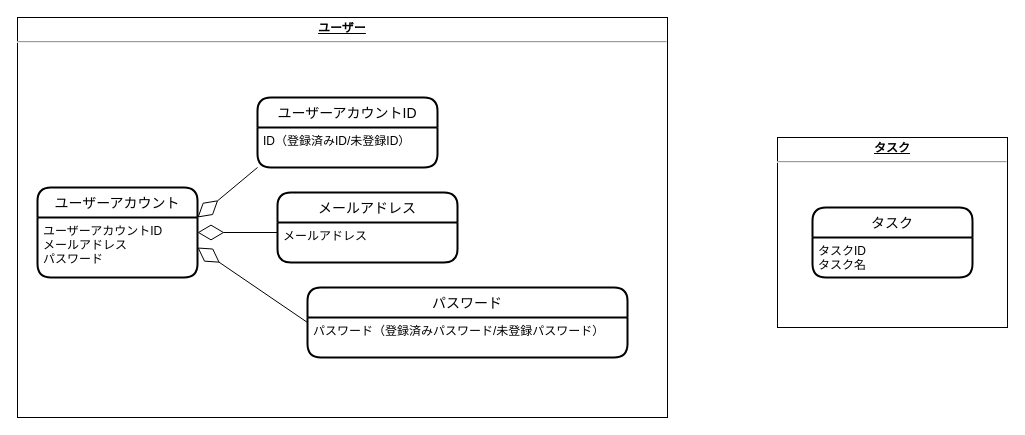
piteroni/todo-with-ktor-vue keeps this draw.io diagram as docs/domain-models.drawio. Above is the earlier version. Source tidied: cells renumbered, new cells numbered last; positions are measured from the earlier drawing's top-left corner, leaving out a move shared by most shapes. Both pictures are drawn from the tidied source at 100%, with x=0, y=0 at pixel (17, 17).
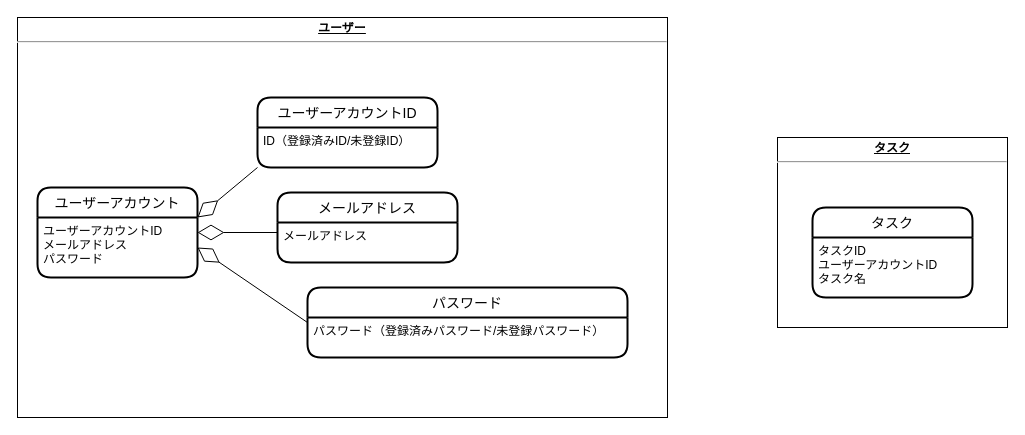
After the change.

Diff of the diagram source:
```diff
@@
 <mxGraphModel>
   <root>
     <mxCell id="0" />
     <mxCell id="1" parent="0" />
     <mxCell id="2" value="&lt;p style=&quot;margin: 0px ; margin-top: 4px ; text-align: center ; text-decoration: underline&quot;&gt;&lt;b&gt;ユーザー&lt;/b&gt;&lt;/p&gt;&lt;hr&gt;&lt;p style=&quot;margin: 0px ; margin-left: 8px&quot;&gt;&lt;br&gt;&lt;/p&gt;" style="verticalAlign=top;align=left;overflow=fill;fontSize=12;fontFamily=Helvetica;html=1;" parent="1" vertex="1">
       <mxGeometry width="650" height="400" as="geometry" />
     </mxCell>
     <mxCell id="3" value="ユーザーアカウント" style="swimlane;horizontal=1;startSize=30;rounded=1;fontSize=14;fontStyle=0;strokeWidth=2;shadow=0;dashed=0;align=center;" parent="1" vertex="1">
       <mxGeometry x="20" y="170" width="160" height="90" as="geometry" />
     </mxCell>
     <mxCell id="4" value="ユーザーアカウントID&#10;メールアドレス&#10;パスワード" style="align=left;strokeColor=none;fillColor=none;spacingLeft=4;fontSize=12;verticalAlign=top;" parent="3" vertex="1">
       <mxGeometry y="30" width="160" height="60" as="geometry" />
     </mxCell>
     <mxCell id="5" value="パスワード" style="swimlane;horizontal=1;startSize=30;rounded=1;fontSize=14;fontStyle=0;strokeWidth=2;shadow=0;dashed=0;align=center;" parent="1" vertex="1">
       <mxGeometry x="290" y="270" width="320" height="70" as="geometry" />
     </mxCell>
     <mxCell id="6" value="パスワード（登録済みパスワード/未登録パスワード）" style="align=left;strokeColor=none;fillColor=none;spacingLeft=4;fontSize=12;verticalAlign=top;" parent="5" vertex="1">
       <mxGeometry y="30" width="320" height="40" as="geometry" />
     </mxCell>
     <mxCell id="7" value="ユーザーアカウントID" style="swimlane;horizontal=1;startSize=30;rounded=1;fontSize=14;fontStyle=0;strokeWidth=2;shadow=0;dashed=0;align=center;" parent="1" vertex="1">
       <mxGeometry x="240" y="80" width="180" height="70" as="geometry" />
     </mxCell>
     <mxCell id="8" value="ID（登録済みID/未登録ID）" style="align=left;strokeColor=none;fillColor=none;spacingLeft=4;fontSize=12;verticalAlign=top;" parent="7" vertex="1">
       <mxGeometry y="30" width="180" height="40" as="geometry" />
     </mxCell>
     <mxCell id="9" style="endArrow=diamondThin;endFill=0;endSize=24;html=1;exitX=0;exitY=1;exitDx=0;exitDy=0;entryX=1;entryY=0;entryDx=0;entryDy=0;" parent="1" edge="1" source="8" target="4">
       <mxGeometry relative="1" as="geometry" />
     </mxCell>
     <mxCell id="10" style="endArrow=diamondThin;endFill=0;endSize=24;html=1;exitX=0;exitY=0.5;exitDx=0;exitDy=0;entryX=1;entryY=0.5;entryDx=0;entryDy=0;" parent="1" edge="1" source="5" target="4">
       <mxGeometry relative="1" as="geometry" />
     </mxCell>
     <mxCell id="11" value="メールアドレス" style="swimlane;horizontal=1;startSize=30;rounded=1;fontSize=14;fontStyle=0;strokeWidth=2;shadow=0;dashed=0;align=center;" parent="1" vertex="1">
       <mxGeometry x="260" y="175" width="180" height="70" as="geometry" />
     </mxCell>
     <mxCell id="12" value="メールアドレス" style="align=left;strokeColor=none;fillColor=none;spacingLeft=4;fontSize=12;verticalAlign=top;" parent="11" vertex="1">
       <mxGeometry y="30" width="180" height="40" as="geometry" />
     </mxCell>
     <mxCell id="13" style="endArrow=diamondThin;endFill=0;endSize=24;html=1;exitX=0;exitY=0.25;exitDx=0;exitDy=0;entryX=1;entryY=0.25;entryDx=0;entryDy=0;" parent="1" edge="1" source="12" target="4">
       <mxGeometry relative="1" as="geometry" />
     </mxCell>
     <mxCell id="14" value="&lt;p style=&quot;margin: 0px ; margin-top: 4px ; text-align: center ; text-decoration: underline&quot;&gt;&lt;b&gt;タスク&lt;/b&gt;&lt;/p&gt;&lt;hr&gt;&lt;p style=&quot;margin: 0px ; margin-left: 8px&quot;&gt;&lt;br&gt;&lt;/p&gt;" style="verticalAlign=top;align=left;overflow=fill;fontSize=12;fontFamily=Helvetica;html=1;" parent="1" vertex="1">
       <mxGeometry x="760" y="120" width="230" height="190" as="geometry" />
     </mxCell>
     <mxCell id="15" value="タスク" style="swimlane;horizontal=1;startSize=30;rounded=1;fontSize=14;fontStyle=0;strokeWidth=2;shadow=0;dashed=0;align=center;" parent="1" vertex="1">
-      <mxGeometry x="795" y="190" width="160" height="70" as="geometry" />
+      <mxGeometry x="795" y="190" width="160" height="90" as="geometry" />
     </mxCell>
-    <mxCell id="16" value="タスクID&#10;タスク名" style="align=left;strokeColor=none;fillColor=none;spacingLeft=4;fontSize=12;verticalAlign=top;" parent="15" vertex="1">
-      <mxGeometry y="30" width="160" height="40" as="geometry" />
+    <mxCell id="16" value="タスクID&#10;ユーザーアカウントID&#10;タスク名" style="align=left;strokeColor=none;fillColor=none;spacingLeft=4;fontSize=12;verticalAlign=top;" parent="15" vertex="1">
+      <mxGeometry y="30" width="160" height="60" as="geometry" />
     </mxCell>
     <mxCell id="17" style="edgeStyle=orthogonalEdgeStyle;rounded=0;orthogonalLoop=1;jettySize=auto;html=1;exitX=0.5;exitY=1;exitDx=0;exitDy=0;" parent="1" edge="1" source="14" target="14">
       <mxGeometry relative="1" as="geometry" />
     </mxCell>
   </root>
 </mxGraphModel>
```
